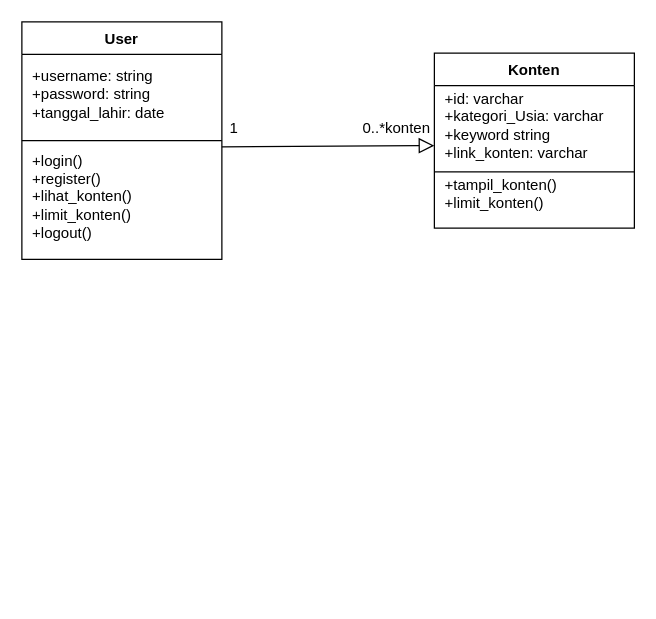
Earlier version of the draw.io diagram Class Diagram.drawio (abdraiin/Sistem-Rekomendasi-Konten). Source tidied: cells renumbered, new cells numbered last; positions are measured from the earlier drawing's top-left corner, leaving out a move shared by most shapes. Both pictures are drawn from the tidied source at 125%, with x=0, y=0 at pixel (21, 21).
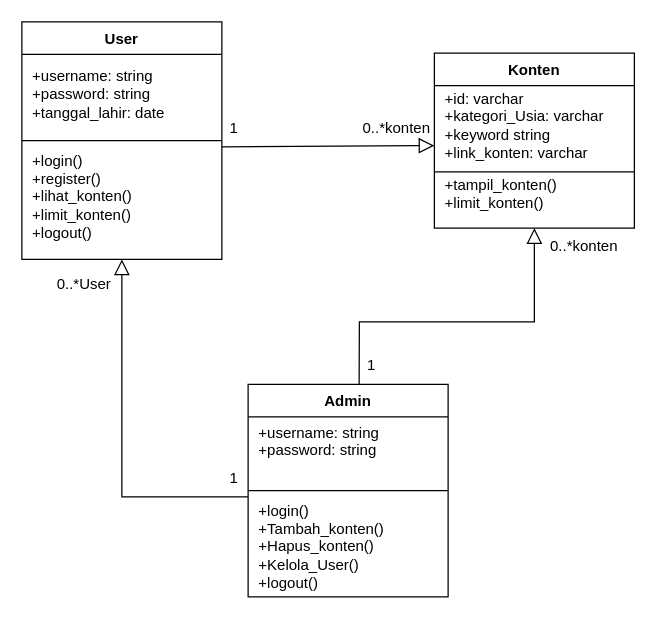
The same page after the edit.

Unchanged cells that the change refers to:
```xml
<mxCell id="2" value="User" style="swimlane;fontStyle=1;align=center;verticalAlign=top;horizontal=1;startSize=26;rounded=0;shadow=0;strokeWidth=1;" parent="1" vertex="1">
  <mxGeometry width="160" height="190" as="geometry" />
</mxCell>
<mxCell id="9" value="&amp;nbsp; +tampil_konten()&lt;div&gt;&amp;nbsp; +limit_konten()&lt;/div&gt;&lt;div&gt;&lt;br&gt;&lt;/div&gt;" style="text;html=1;whiteSpace=wrap;strokeColor=none;fillColor=none;align=left;verticalAlign=middle;rounded=0;" parent="6" vertex="1">
  <mxGeometry y="100" width="160" height="40" as="geometry" />
</mxCell>
```

Diff of the diagram source:
```diff
@@
+    <mxCell id="13" value="Admin" style="swimlane;fontStyle=1;align=center;verticalAlign=top;horizontal=1;startSize=26;rounded=0;shadow=0;strokeWidth=1;" parent="1" vertex="1">
+      <mxGeometry x="181" y="290" width="160" height="170" as="geometry" />
+    </mxCell>
+    <mxCell id="14" value="&amp;nbsp; +username: string&lt;div&gt;&amp;nbsp; +password: string&lt;/div&gt;&lt;div&gt;&lt;span style=&quot;background-color: transparent; color: light-dark(rgb(0, 0, 0), rgb(255, 255, 255));&quot;&gt;&amp;nbsp;&lt;/span&gt;&lt;/div&gt;" style="text;html=1;whiteSpace=wrap;strokeColor=none;fillColor=none;align=left;verticalAlign=middle;rounded=0;" parent="13" vertex="1">
+      <mxGeometry y="26" width="160" height="54" as="geometry" />
+    </mxCell>
+    <mxCell id="15" style="line;html=1;strokeWidth=1;align=left;verticalAlign=middle;spacingTop=-1;spacingLeft=3;spacingRight=3;labelPosition=right;" parent="13" vertex="1">
+      <mxGeometry y="80" width="160" height="10" as="geometry" />
+    </mxCell>
+    <mxCell id="16" value="&amp;nbsp; +login()&lt;div&gt;&lt;span style=&quot;background-color: transparent; color: light-dark(rgb(0, 0, 0), rgb(255, 255, 255));&quot;&gt;&amp;nbsp; +Tambah_konten()&lt;/span&gt;&lt;/div&gt;&lt;div&gt;&amp;nbsp; +Hapus_konten()&lt;/div&gt;&lt;div&gt;&amp;nbsp; +Kelola_User()&lt;/div&gt;&lt;div&gt;&amp;nbsp; +logout()&lt;/div&gt;" style="text;html=1;whiteSpace=wrap;strokeColor=none;fillColor=none;align=left;verticalAlign=middle;rounded=0;" parent="13" vertex="1">
+      <mxGeometry y="90" width="160" height="80" as="geometry" />
+    </mxCell>
+    <mxCell id="17" style="endArrow=block;endSize=10;endFill=0;shadow=0;strokeWidth=1;rounded=0;elbow=vertical;entryX=0.5;entryY=1;entryDx=0;entryDy=0;exitX=0.555;exitY=-0.002;exitDx=0;exitDy=0;exitPerimeter=0;" parent="1" edge="1" source="13" target="9">
+      <mxGeometry relative="1" as="geometry">
+        <Array as="points">
+          <mxPoint x="270" y="240" />
+          <mxPoint x="410" y="240" />
+        </Array>
+      </mxGeometry>
+    </mxCell>
+    <mxCell id="18" value="1" style="text;html=1;whiteSpace=wrap;strokeColor=none;fillColor=none;align=center;verticalAlign=middle;rounded=0;" parent="1" vertex="1">
+      <mxGeometry x="250" y="260" width="60" height="30" as="geometry" />
+    </mxCell>
+    <mxCell id="19" value="0..*konten" style="text;html=1;whiteSpace=wrap;strokeColor=none;fillColor=none;align=center;verticalAlign=middle;rounded=0;" parent="1" vertex="1">
+      <mxGeometry x="420" y="165" width="60" height="30" as="geometry" />
+    </mxCell>
+    <mxCell id="20" style="endArrow=block;endSize=10;endFill=0;shadow=0;strokeWidth=1;rounded=0;elbow=vertical;entryX=0.5;entryY=1;entryDx=0;entryDy=0;exitX=0;exitY=0;exitDx=0;exitDy=0;" parent="1" edge="1" source="16" target="2">
+      <mxGeometry relative="1" as="geometry">
+        <Array as="points">
+          <mxPoint x="80" y="380" />
+        </Array>
+      </mxGeometry>
+    </mxCell>
+    <mxCell id="21" value="1" style="text;html=1;whiteSpace=wrap;strokeColor=none;fillColor=none;align=center;verticalAlign=middle;rounded=0;" parent="1" vertex="1">
+      <mxGeometry x="140" y="350" width="60" height="30" as="geometry" />
+    </mxCell>
+    <mxCell id="22" value="0..*User" style="text;html=1;whiteSpace=wrap;strokeColor=none;fillColor=none;align=center;verticalAlign=middle;rounded=0;" parent="1" vertex="1">
+      <mxGeometry x="20" y="195" width="60" height="30" as="geometry" />
+    </mxCell>
```
